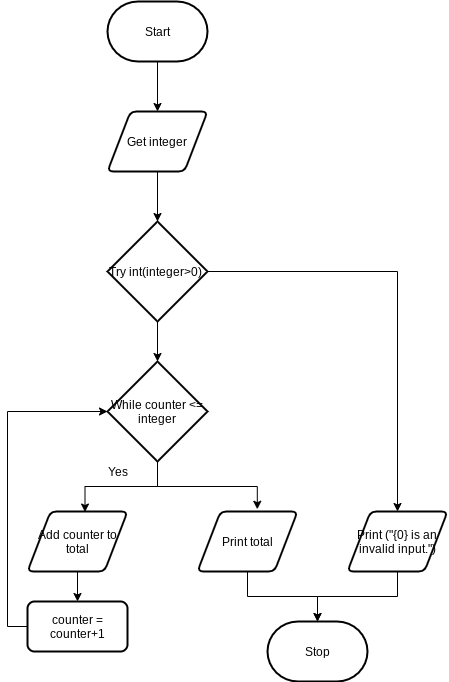
Above: flowchart.png in Ethan-Gravelle/ICS3U-Unit4-01-Python-While-Loop (draw.io), before the change. Source tidied: cells renumbered, new cells last; positions are measured from the earlier drawing's top-left corner, leaving out a move shared by most shapes.
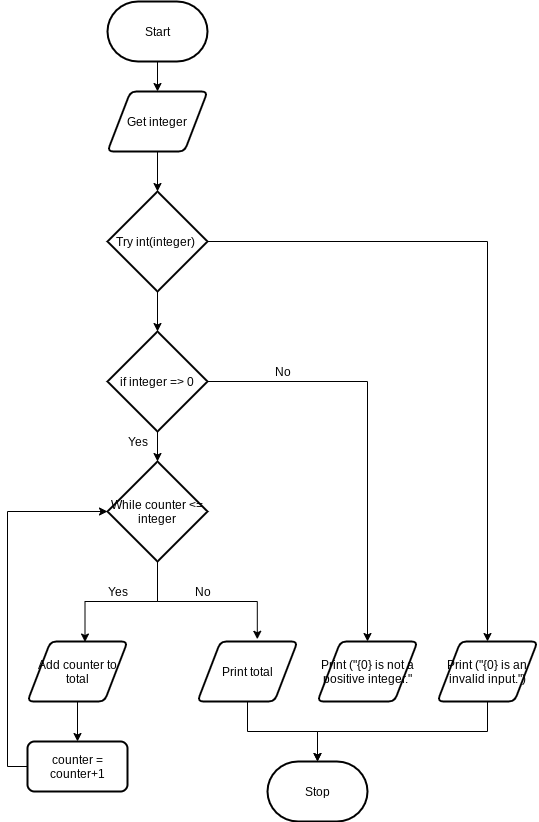
After the change.

Diff of the diagram source:
```diff
@@ -6,30 +6,28 @@
       <mxGeometry relative="1" as="geometry" />
     </mxCell>
     <mxCell id="3" value="Start" style="strokeWidth=2;html=1;shape=mxgraph.flowchart.terminator;whiteSpace=wrap;" parent="1" vertex="1">
-      <mxGeometry x="80" width="100" height="60" as="geometry" />
+      <mxGeometry x="80" y="-100" width="100" height="60" as="geometry" />
     </mxCell>
     <mxCell id="4" style="edgeStyle=orthogonalEdgeStyle;rounded=0;jettySize=auto;html=1;exitX=0.5;exitY=1;exitDx=0;exitDy=0;entryX=0.5;entryY=0;entryDx=0;entryDy=0;entryPerimeter=0;" parent="1" edge="1" source="5" target="8">
       <mxGeometry relative="1" as="geometry" />
     </mxCell>
     <mxCell id="5" value="Get integer" style="shape=parallelogram;html=1;strokeWidth=2;perimeter=parallelogramPerimeter;whiteSpace=wrap;rounded=1;arcSize=12;size=0.23;" parent="1" vertex="1">
-      <mxGeometry x="80" y="110" width="100" height="60" as="geometry" />
+      <mxGeometry x="80" y="-10" width="100" height="60" as="geometry" />
     </mxCell>
     <mxCell id="6" style="edgeStyle=orthogonalEdgeStyle;rounded=0;jettySize=auto;html=1;exitX=1;exitY=0.5;exitDx=0;exitDy=0;exitPerimeter=0;" parent="1" edge="1" source="8" target="10">
       <mxGeometry relative="1" as="geometry" />
     </mxCell>
-    <mxCell id="7" style="edgeStyle=orthogonalEdgeStyle;rounded=0;jettySize=auto;html=1;exitX=0.5;exitY=1;exitDx=0;exitDy=0;exitPerimeter=0;entryX=0.5;entryY=0;entryDx=0;entryDy=0;entryPerimeter=0;" parent="1" edge="1" source="8" target="13">
+    <mxCell id="7" style="edgeStyle=orthogonalEdgeStyle;rounded=0;jettySize=auto;html=1;exitX=0.5;exitY=1;exitDx=0;exitDy=0;exitPerimeter=0;entryX=0.5;entryY=0;entryDx=0;entryDy=0;entryPerimeter=0;" parent="1" edge="1" source="8" target="24">
       <mxGeometry relative="1" as="geometry" />
     </mxCell>
-    <mxCell id="8" value="Try int(integer&amp;gt;0)&amp;nbsp;" style="strokeWidth=2;html=1;shape=mxgraph.flowchart.decision;whiteSpace=wrap;" parent="1" vertex="1">
-      <mxGeometry x="80" y="220" width="100" height="100" as="geometry" />
+    <mxCell id="8" value="Try int(integer)&amp;nbsp;" style="strokeWidth=2;html=1;shape=mxgraph.flowchart.decision;whiteSpace=wrap;" parent="1" vertex="1">
+      <mxGeometry x="80" y="90" width="100" height="100" as="geometry" />
     </mxCell>
-    <mxCell id="9" style="edgeStyle=orthogonalEdgeStyle;rounded=0;jettySize=auto;html=1;exitX=0.5;exitY=1;exitDx=0;exitDy=0;" parent="1" edge="1" source="10">
-      <mxGeometry relative="1" as="geometry">
-        <mxPoint x="290" y="620" as="targetPoint" />
-      </mxGeometry>
+    <mxCell id="9" style="edgeStyle=orthogonalEdgeStyle;rounded=0;jettySize=auto;html=1;exitX=0.5;exitY=1;exitDx=0;exitDy=0;entryX=0.5;entryY=0;entryDx=0;entryDy=0;entryPerimeter=0;" parent="1" edge="1" source="10" target="21">
+      <mxGeometry relative="1" as="geometry" />
     </mxCell>
     <mxCell id="10" value="Print (&quot;{0} is an invalid input.&quot;)" style="shape=parallelogram;html=1;strokeWidth=2;perimeter=parallelogramPerimeter;whiteSpace=wrap;rounded=1;arcSize=12;size=0.23;" parent="1" vertex="1">
-      <mxGeometry x="320" y="510" width="100" height="60" as="geometry" />
+      <mxGeometry x="410" y="540" width="100" height="60" as="geometry" />
     </mxCell>
     <mxCell id="11" style="edgeStyle=orthogonalEdgeStyle;rounded=0;jettySize=auto;html=1;exitX=0.5;exitY=1;exitDx=0;exitDy=0;exitPerimeter=0;entryX=0.575;entryY=0.009;entryDx=0;entryDy=0;entryPerimeter=0;" parent="1" edge="1" source="13" target="15">
       <mxGeometry relative="1" as="geometry" />
@@ -44,25 +42,46 @@
       <mxGeometry relative="1" as="geometry" />
     </mxCell>
     <mxCell id="15" value="Add counter to total" style="shape=parallelogram;html=1;strokeWidth=2;perimeter=parallelogramPerimeter;whiteSpace=wrap;rounded=1;arcSize=12;size=0.23;" parent="1" vertex="1">
-      <mxGeometry y="510" width="100" height="60" as="geometry" />
+      <mxGeometry y="540" width="100" height="60" as="geometry" />
     </mxCell>
     <mxCell id="16" style="edgeStyle=orthogonalEdgeStyle;rounded=0;jettySize=auto;html=1;exitX=0;exitY=0.5;exitDx=0;exitDy=0;entryX=0;entryY=0.5;entryDx=0;entryDy=0;entryPerimeter=0;" parent="1" edge="1" source="17" target="13">
       <mxGeometry relative="1" as="geometry" />
     </mxCell>
     <mxCell id="17" value="counter = counter+1" style="rounded=1;whiteSpace=wrap;html=1;absoluteArcSize=1;arcSize=14;strokeWidth=2;" parent="1" vertex="1">
-      <mxGeometry y="600" width="100" height="50" as="geometry" />
+      <mxGeometry y="640" width="100" height="50" as="geometry" />
     </mxCell>
     <mxCell id="18" value="Yes" style="text;html=1;align=center;verticalAlign=middle;strokeColor=none;" parent="1" vertex="1">
-      <mxGeometry x="70" y="460" width="40" height="20" as="geometry" />
+      <mxGeometry x="70" y="480" width="40" height="20" as="geometry" />
     </mxCell>
     <mxCell id="19" style="edgeStyle=orthogonalEdgeStyle;rounded=0;jettySize=auto;html=1;exitX=0.5;exitY=1;exitDx=0;exitDy=0;" parent="1" edge="1" source="20" target="21">
       <mxGeometry relative="1" as="geometry" />
     </mxCell>
     <mxCell id="20" value="Print total" style="shape=parallelogram;html=1;strokeWidth=2;perimeter=parallelogramPerimeter;whiteSpace=wrap;rounded=1;arcSize=12;size=0.23;" parent="1" vertex="1">
-      <mxGeometry x="170" y="510" width="100" height="60" as="geometry" />
+      <mxGeometry x="170" y="540" width="100" height="60" as="geometry" />
     </mxCell>
     <mxCell id="21" value="Stop" style="strokeWidth=2;html=1;shape=mxgraph.flowchart.terminator;whiteSpace=wrap;" parent="1" vertex="1">
-      <mxGeometry x="240" y="620" width="100" height="60" as="geometry" />
+      <mxGeometry x="240" y="660" width="100" height="60" as="geometry" />
     </mxCell>
+    <mxCell id="22" style="edgeStyle=orthogonalEdgeStyle;rounded=0;jettySize=auto;html=1;exitX=0.5;exitY=1;exitDx=0;exitDy=0;exitPerimeter=0;entryX=0.5;entryY=0;entryDx=0;entryDy=0;entryPerimeter=0;" parent="1" edge="1" source="24" target="13">
+      <mxGeometry relative="1" as="geometry" />
+    </mxCell>
+    <mxCell id="23" style="edgeStyle=orthogonalEdgeStyle;rounded=0;jettySize=auto;html=1;exitX=1;exitY=0.5;exitDx=0;exitDy=0;exitPerimeter=0;" parent="1" edge="1" source="24" target="26">
+      <mxGeometry relative="1" as="geometry" />
+    </mxCell>
+    <mxCell id="24" value="if integer =&amp;gt; 0" style="strokeWidth=2;html=1;shape=mxgraph.flowchart.decision;whiteSpace=wrap;" parent="1" vertex="1">
+      <mxGeometry x="80" y="230" width="100" height="100" as="geometry" />
+    </mxCell>
+    <mxCell id="25" value="No" style="text;html=1;align=center;verticalAlign=middle;strokeColor=none;" parent="1" vertex="1">
+      <mxGeometry x="160" y="480" width="30" height="20" as="geometry" />
+    </mxCell>
+    <mxCell id="26" value="Print (&quot;{0} is not a positive integer.&quot;" style="shape=parallelogram;html=1;strokeWidth=2;perimeter=parallelogramPerimeter;whiteSpace=wrap;rounded=1;arcSize=12;size=0.23;" parent="1" vertex="1">
+      <mxGeometry x="290" y="540" width="100" height="60" as="geometry" />
+    </mxCell>
+    <mxCell id="27" value="Yes" style="text;html=1;align=center;verticalAlign=middle;strokeColor=none;" parent="1" vertex="1">
+      <mxGeometry x="90" y="330" width="40" height="20" as="geometry" />
+    </mxCell>
+    <mxCell id="28" value="No" style="text;html=1;align=center;verticalAlign=middle;strokeColor=none;" parent="1" vertex="1">
+      <mxGeometry x="240" y="260" width="30" height="20" as="geometry" />
+    </mxCell>
   </root>
 </mxGraphModel>
```
